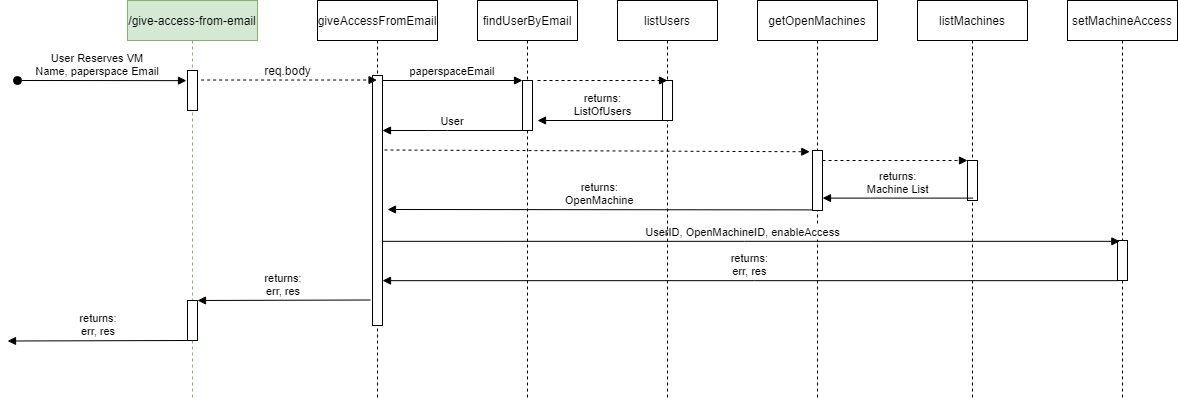
jayjayb772/IRL-Paperspace-automation keeps this draw.io diagram as Back-end/designDocs/GiveAccessFlow.png. Above is the earlier version. Source tidied: cells renumbered, new cells last; positions are measured from the earlier drawing's top-left corner, leaving out a move shared by most shapes.
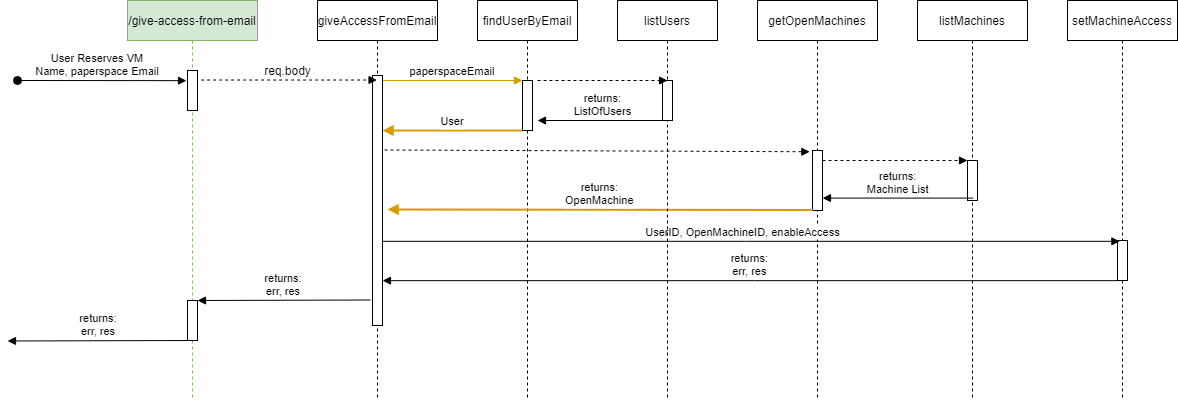
The same file after the commit.

What changed in the source:
```diff
@@ -22,10 +22,10 @@
     <mxCell id="7" style="points=[];perimeter=orthogonalPerimeter;rounded=0;shadow=0;strokeWidth=1;" parent="6" vertex="1">
       <mxGeometry x="45" y="80" width="10" height="50" as="geometry" />
     </mxCell>
-    <mxCell id="8" value="paperspaceEmail" style="verticalAlign=bottom;endArrow=block;entryX=0;entryY=0;shadow=0;strokeWidth=1;" parent="1" edge="1" source="19" target="7">
+    <mxCell id="8" value="paperspaceEmail" style="verticalAlign=bottom;endArrow=block;entryX=0;entryY=0;shadow=0;strokeWidth=1;fillColor=#ffe6cc;strokeColor=#d79b00;" parent="1" edge="1" source="19" target="7">
       <mxGeometry relative="1" as="geometry" />
     </mxCell>
-    <mxCell id="9" value="User" style="verticalAlign=bottom;endArrow=block;shadow=0;strokeWidth=1;" parent="1" edge="1" source="7" target="19">
+    <mxCell id="9" value="User" style="verticalAlign=bottom;endArrow=block;shadow=0;strokeWidth=2;fillColor=#ffe6cc;strokeColor=#d79b00;" parent="1" edge="1" source="7" target="19">
       <mxGeometry relative="1" as="geometry">
         <Array as="points">
           <mxPoint x="430" y="130" />
@@ -41,7 +41,7 @@
     <mxCell id="12" style="verticalAlign=bottom;endArrow=block;shadow=0;strokeWidth=1;dashed=1;exitX=1.2;exitY=0.298;exitDx=0;exitDy=0;exitPerimeter=0;entryX=-0.267;entryY=0.021;entryDx=0;entryDy=0;entryPerimeter=0;" parent="1" edge="1" source="19" target="11">
       <mxGeometry relative="1" as="geometry" />
     </mxCell>
-    <mxCell id="13" value="returns:&#10;OpenMachine" style="verticalAlign=bottom;endArrow=block;shadow=0;strokeWidth=1;exitX=0.029;exitY=0.99;exitDx=0;exitDy=0;exitPerimeter=0;" parent="1" edge="1" source="11">
+    <mxCell id="13" value="returns:&#10;OpenMachine" style="verticalAlign=bottom;endArrow=block;shadow=0;strokeWidth=2;exitX=0.029;exitY=0.99;exitDx=0;exitDy=0;exitPerimeter=0;fillColor=#ffe6cc;strokeColor=#d79b00;" parent="1" edge="1" source="11">
       <mxGeometry relative="1" as="geometry">
         <mxPoint x="380" y="209" as="targetPoint" />
       </mxGeometry>
```
